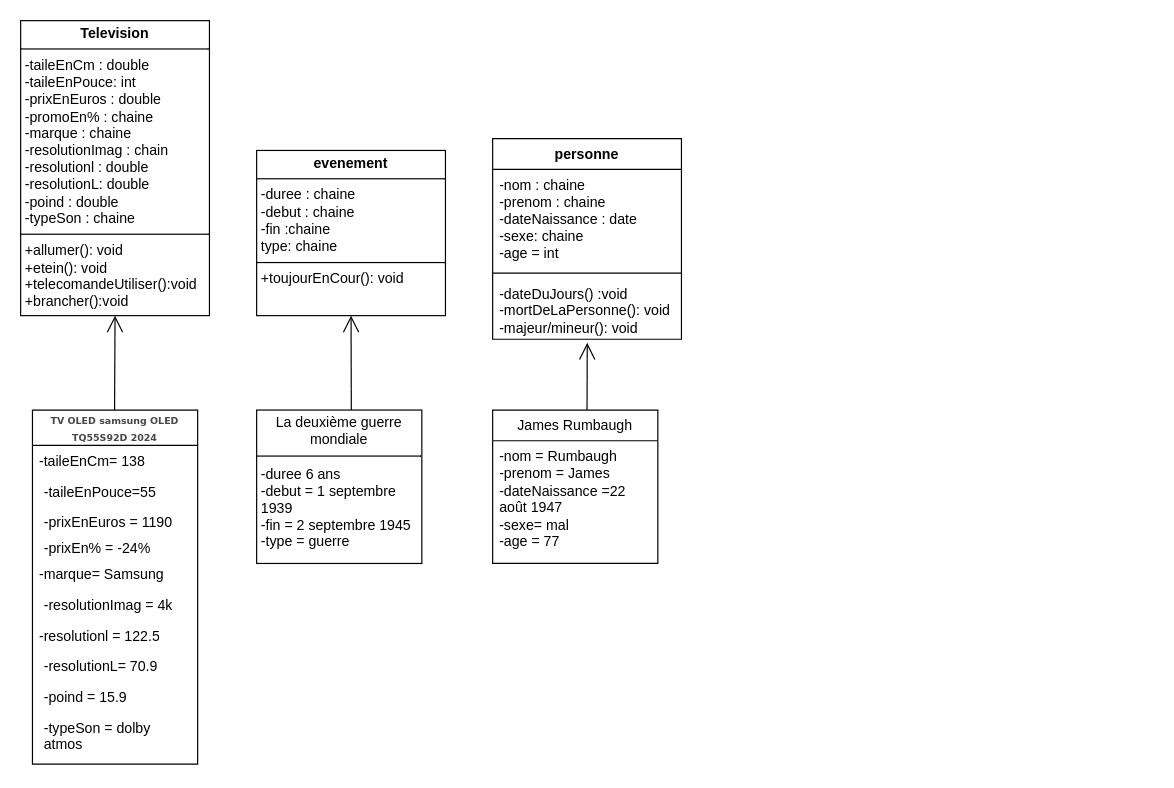
This is 04-Object/exo/2_exo_page_2.drawio from BenjaminHerault/DWWM_2409_HB, a draw.io file, before an edit. Source tidied: cells renumbered, new cells numbered last; positions are measured from the earlier drawing's top-left corner, leaving out a move shared by most shapes. Both pictures are drawn from the tidied source at 118%, with x=0, y=0 at pixel (20, 20).
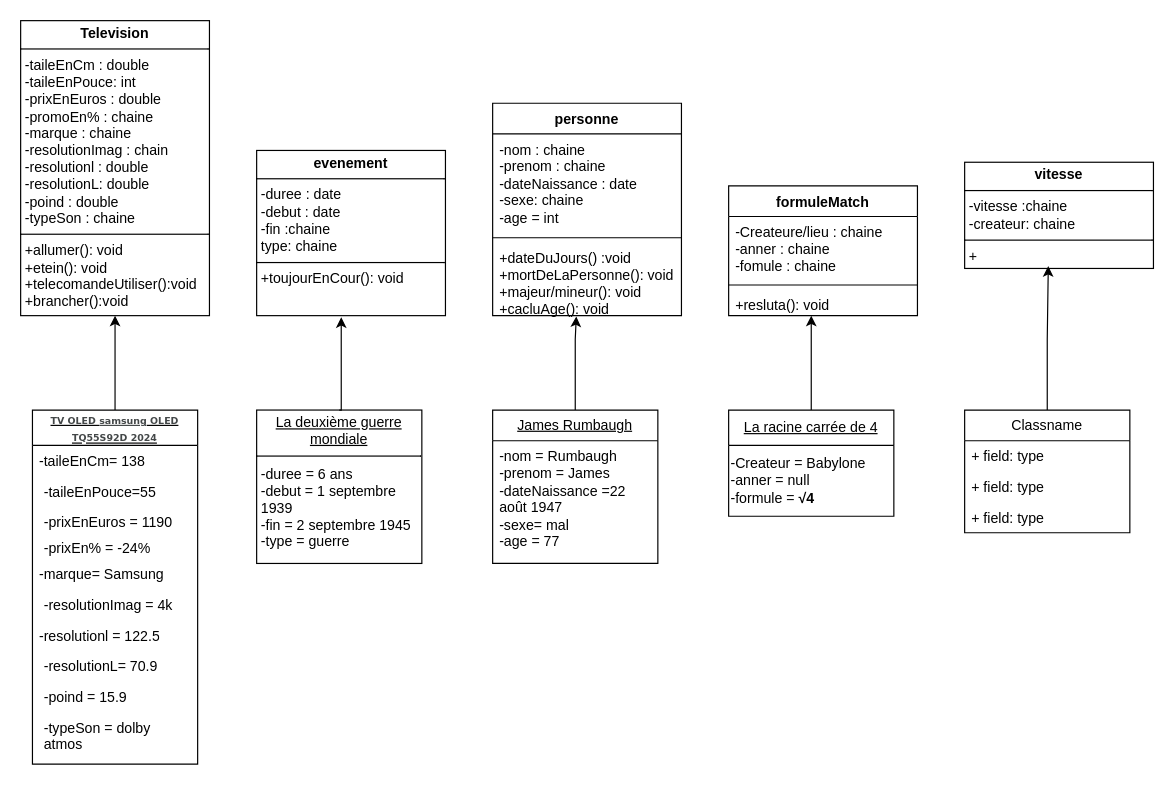
The same diagram, later.

The change refers to these unchanged cells:
```xml
<mxCell id="2" value="&lt;p style=&quot;margin:0px;margin-top:4px;text-align:center;&quot;&gt;&lt;b&gt;Television&lt;/b&gt;&lt;/p&gt;&lt;hr size=&quot;1&quot; style=&quot;border-style:solid;&quot;&gt;&lt;p style=&quot;margin:0px;margin-left:4px;&quot;&gt;-taileEnCm : double&amp;nbsp;&lt;/p&gt;&lt;p style=&quot;margin:0px;margin-left:4px;&quot;&gt;-taileEnPouce: int&lt;/p&gt;&lt;p style=&quot;margin:0px;margin-left:4px;&quot;&gt;-prixEnEuros : double&lt;/p&gt;&lt;p style=&quot;margin:0px;margin-left:4px;&quot;&gt;-promoEn% : chaine&lt;/p&gt;&lt;p style=&quot;margin:0px;margin-left:4px;&quot;&gt;-marque : chaine&lt;/p&gt;&lt;p style=&quot;margin:0px;margin-left:4px;&quot;&gt;-resolutionImag : chain&lt;/p&gt;&lt;p style=&quot;margin:0px;margin-left:4px;&quot;&gt;-resolutionl : double&lt;/p&gt;&lt;p style=&quot;margin:0px;margin-left:4px;&quot;&gt;-resolutionL: double&lt;/p&gt;&lt;p style=&quot;margin:0px;margin-left:4px;&quot;&gt;-poind : double&amp;nbsp;&lt;/p&gt;&lt;p style=&quot;margin:0px;margin-left:4px;&quot;&gt;-typeSon : chaine&amp;nbsp;&lt;/p&gt;&lt;hr size=&quot;1&quot; style=&quot;border-style:solid;&quot;&gt;&lt;p style=&quot;margin:0px;margin-left:4px;&quot;&gt;+allumer(): void&lt;/p&gt;&lt;p style=&quot;margin:0px;margin-left:4px;&quot;&gt;+etein(): void&amp;nbsp;&lt;/p&gt;&lt;p style=&quot;margin:0px;margin-left:4px;&quot;&gt;+telecomandeUtiliser():void&lt;/p&gt;&lt;p style=&quot;margin:0px;margin-left:4px;&quot;&gt;+brancher():void&lt;/p&gt;" style="verticalAlign=top;align=left;overflow=fill;html=1;whiteSpace=wrap;" parent="1" vertex="1">
  <mxGeometry width="160" height="250" as="geometry" />
</mxCell>
```

Diff of the diagram source:
```diff
@@
-    <mxCell id="3" style="endArrow=open;endFill=1;endSize=12;html=1;rounded=0;" parent="1" edge="1">
-      <mxGeometry relative="1" as="geometry">
-        <mxPoint x="79.6" y="330" as="sourcePoint" />
-        <mxPoint x="80" y="250" as="targetPoint" />
-      </mxGeometry>
-    </mxCell>
+    <mxCell id="25" style="edgeStyle=orthogonalEdgeStyle;rounded=0;jettySize=auto;html=1;entryX=0.5;entryY=1;entryDx=0;entryDy=0;" parent="1" edge="1" source="4" target="2">
+      <mxGeometry relative="1" as="geometry" />
+    </mxCell>
-    <mxCell id="4" value="&lt;font style=&quot;font-size: 8px;&quot;&gt;&lt;span style=&quot;color: rgb(67, 71, 72); font-family: Poppins, Poppins-fallback, Verdana, sans-serif; font-weight: 700; text-align: start; background-color: rgb(255, 255, 255);&quot;&gt;TV OLED&amp;nbsp;&lt;/span&gt;&lt;a style=&quot;box-sizing: inherit; background-color: rgb(255, 255, 255); margin: 0px; padding: 0px; border: 0px; font-variant-numeric: inherit; font-variant-east-asian: inherit; font-variant-alternates: inherit; font-variant-position: inherit; font-weight: 700; font-stretch: inherit; line-height: inherit; font-family: Poppins, Poppins-fallback, Verdana, sans-serif; font-optical-sizing: inherit; font-size-adjust: inherit; font-kerning: inherit; font-feature-settings: inherit; font-variation-settings: inherit; color: rgb(67, 71, 72); text-decoration-line: none; display: inline-block; text-transform: lowercase; text-align: start;&quot; aria-label=&quot;Voir les produits de la marque SAMSUNG&quot; href=&quot;https://www.boulanger.com/marque/samsung&quot;&gt;SAMSUNG&lt;/a&gt;&lt;span style=&quot;color: rgb(67, 71, 72); font-family: Poppins, Poppins-fallback, Verdana, sans-serif; font-weight: 700; text-align: start; background-color: rgb(255, 255, 255);&quot;&gt;&amp;nbsp;OLED TQ55S92D 2024&lt;/span&gt;&lt;/font&gt;" style="swimlane;fontStyle=0;horizontal=1;startSize=30;fillColor=none;whiteSpace=wrap;html=1;" parent="1" vertex="1">
+    <mxCell id="4" value="&lt;font style=&quot;font-size: 8px;&quot;&gt;&lt;u&gt;&lt;span style=&quot;color: rgb(67, 71, 72); font-family: Poppins, Poppins-fallback, Verdana, sans-serif; font-weight: 700; text-align: start; background-color: rgb(255, 255, 255);&quot;&gt;TV OLED&amp;nbsp;&lt;/span&gt;&lt;a style=&quot;box-sizing: inherit; background-color: rgb(255, 255, 255); margin: 0px; padding: 0px; border: 0px; font-variant-numeric: inherit; font-variant-east-asian: inherit; font-variant-alternates: inherit; font-variant-position: inherit; font-weight: 700; font-stretch: inherit; line-height: inherit; font-family: Poppins, Poppins-fallback, Verdana, sans-serif; font-optical-sizing: inherit; font-size-adjust: inherit; font-kerning: inherit; font-feature-settings: inherit; font-variation-settings: inherit; color: rgb(67, 71, 72); display: inline-block; text-transform: lowercase; text-align: start;&quot; aria-label=&quot;Voir les produits de la marque SAMSUNG&quot; href=&quot;https://www.boulanger.com/marque/samsung&quot;&gt;SAMSUNG&lt;/a&gt;&lt;span style=&quot;color: rgb(67, 71, 72); font-family: Poppins, Poppins-fallback, Verdana, sans-serif; font-weight: 700; text-align: start; background-color: rgb(255, 255, 255);&quot;&gt;&amp;nbsp;OLED TQ55S92D 2024&lt;/span&gt;&lt;/u&gt;&lt;/font&gt;" style="swimlane;fontStyle=0;horizontal=1;startSize=30;fillColor=none;whiteSpace=wrap;html=1;" parent="1" vertex="1">
       <mxGeometry x="10" y="330" width="140" height="300" as="geometry" />
     </mxCell>
@@
-    <mxCell id="15" value="&lt;p style=&quot;margin:0px;margin-top:4px;text-align:center;&quot;&gt;&lt;b&gt;evenement&lt;/b&gt;&lt;/p&gt;&lt;hr size=&quot;1&quot; style=&quot;border-style:solid;&quot;&gt;&lt;p style=&quot;margin:0px;margin-left:4px;&quot;&gt;&lt;span style=&quot;background-color: transparent; color: light-dark(rgb(0, 0, 0), rgb(255, 255, 255));&quot;&gt;-duree : chaine&lt;/span&gt;&lt;br&gt;&lt;/p&gt;&lt;p style=&quot;margin:0px;margin-left:4px;&quot;&gt;-debut : chaine&lt;/p&gt;&lt;p style=&quot;margin:0px;margin-left:4px;&quot;&gt;-fin :chaine&amp;nbsp;&lt;/p&gt;&lt;p style=&quot;margin:0px;margin-left:4px;&quot;&gt;type: chaine&lt;/p&gt;&lt;hr size=&quot;1&quot; style=&quot;border-style:solid;&quot;&gt;&lt;p style=&quot;margin:0px;margin-left:4px;&quot;&gt;+toujourEnCour(): void&lt;/p&gt;&lt;p style=&quot;margin:0px;margin-left:4px;&quot;&gt;&lt;br&gt;&lt;/p&gt;" style="verticalAlign=top;align=left;overflow=fill;html=1;whiteSpace=wrap;" parent="1" vertex="1">
+    <mxCell id="15" value="&lt;p style=&quot;margin:0px;margin-top:4px;text-align:center;&quot;&gt;&lt;b&gt;evenement&lt;/b&gt;&lt;/p&gt;&lt;hr size=&quot;1&quot; style=&quot;border-style:solid;&quot;&gt;&lt;p style=&quot;margin:0px;margin-left:4px;&quot;&gt;&lt;span style=&quot;background-color: transparent; color: light-dark(rgb(0, 0, 0), rgb(255, 255, 255));&quot;&gt;-duree : date&lt;/span&gt;&lt;br&gt;&lt;/p&gt;&lt;p style=&quot;margin:0px;margin-left:4px;&quot;&gt;-debut : date&lt;/p&gt;&lt;p style=&quot;margin:0px;margin-left:4px;&quot;&gt;-fin :chaine&amp;nbsp;&lt;/p&gt;&lt;p style=&quot;margin:0px;margin-left:4px;&quot;&gt;type: chaine&lt;/p&gt;&lt;hr size=&quot;1&quot; style=&quot;border-style:solid;&quot;&gt;&lt;p style=&quot;margin:0px;margin-left:4px;&quot;&gt;+toujourEnCour(): void&lt;/p&gt;&lt;p style=&quot;margin:0px;margin-left:4px;&quot;&gt;&lt;br&gt;&lt;/p&gt;" style="verticalAlign=top;align=left;overflow=fill;html=1;whiteSpace=wrap;" parent="1" vertex="1">
       <mxGeometry x="200" y="110" width="160" height="140" as="geometry" />
     </mxCell>
-    <mxCell id="16" value="&lt;p style=&quot;margin:0px;margin-top:4px;text-align:center;&quot;&gt;&lt;span style=&quot;text-align: left;&quot;&gt;La deuxième guerre mondiale&lt;/span&gt;&lt;br&gt;&lt;/p&gt;&lt;hr size=&quot;1&quot; style=&quot;border-style:solid;&quot;&gt;&lt;div style=&quot;height:2px;&quot;&gt;&lt;/div&gt;&lt;div style=&quot;height:2px;&quot;&gt;&lt;p style=&quot;margin: 0px 0px 0px 4px;&quot;&gt;&lt;span style=&quot;background-color: transparent; color: light-dark(rgb(0, 0, 0), rgb(255, 255, 255));&quot;&gt;-duree 6 ans&lt;/span&gt;&lt;br&gt;&lt;/p&gt;&lt;p style=&quot;margin: 0px 0px 0px 4px;&quot;&gt;-debut = 1 septembre 1939&lt;/p&gt;&lt;p style=&quot;margin: 0px 0px 0px 4px;&quot;&gt;-fin = 2 septembre 1945&lt;/p&gt;&lt;p style=&quot;margin: 0px 0px 0px 4px;&quot;&gt;-type = guerre&amp;nbsp;&amp;nbsp;&lt;/p&gt;&lt;/div&gt;&lt;div style=&quot;height:2px;&quot;&gt;&lt;br&gt;&lt;/div&gt;&lt;div style=&quot;height:2px;&quot;&gt;&lt;br&gt;&lt;/div&gt;&lt;div style=&quot;height:2px;&quot;&gt;&lt;br&gt;&lt;/div&gt;&lt;div style=&quot;height:2px;&quot;&gt;&lt;br&gt;&lt;/div&gt;&lt;div style=&quot;height:2px;&quot;&gt;&lt;br&gt;&lt;/div&gt;&lt;div style=&quot;height:2px;&quot;&gt;&lt;br&gt;&lt;/div&gt;&lt;div style=&quot;height:2px;&quot;&gt;&lt;br&gt;&lt;/div&gt;&lt;div style=&quot;height:2px;&quot;&gt;&lt;br&gt;&lt;/div&gt;&lt;div style=&quot;height:2px;&quot;&gt;&lt;br&gt;&lt;/div&gt;&lt;div style=&quot;height:2px;&quot;&gt;&lt;br&gt;&lt;/div&gt;&lt;div style=&quot;height:2px;&quot;&gt;&lt;br&gt;&lt;/div&gt;&lt;div style=&quot;height:2px;&quot;&gt;&lt;br&gt;&lt;/div&gt;&lt;div style=&quot;height:2px;&quot;&gt;&lt;br&gt;&lt;/div&gt;&lt;div style=&quot;height:2px;&quot;&gt;&lt;br&gt;&lt;/div&gt;" style="verticalAlign=top;align=left;overflow=fill;html=1;whiteSpace=wrap;" parent="1" vertex="1">
+    <mxCell id="16" value="&lt;p style=&quot;margin:0px;margin-top:4px;text-align:center;&quot;&gt;&lt;u&gt;&lt;span style=&quot;text-align: left;&quot;&gt;La deuxième guerre mondiale&lt;/span&gt;&lt;br&gt;&lt;/u&gt;&lt;/p&gt;&lt;hr size=&quot;1&quot; style=&quot;border-style:solid;&quot;&gt;&lt;div style=&quot;height:2px;&quot;&gt;&lt;/div&gt;&lt;div style=&quot;height:2px;&quot;&gt;&lt;p style=&quot;margin: 0px 0px 0px 4px;&quot;&gt;&lt;span style=&quot;background-color: transparent; color: light-dark(rgb(0, 0, 0), rgb(255, 255, 255));&quot;&gt;-duree = 6 ans&lt;/span&gt;&lt;br&gt;&lt;/p&gt;&lt;p style=&quot;margin: 0px 0px 0px 4px;&quot;&gt;-debut = 1 septembre 1939&lt;/p&gt;&lt;p style=&quot;margin: 0px 0px 0px 4px;&quot;&gt;-fin = 2 septembre 1945&lt;/p&gt;&lt;p style=&quot;margin: 0px 0px 0px 4px;&quot;&gt;-type = guerre&amp;nbsp;&amp;nbsp;&lt;/p&gt;&lt;/div&gt;&lt;div style=&quot;height:2px;&quot;&gt;&lt;br&gt;&lt;/div&gt;&lt;div style=&quot;height:2px;&quot;&gt;&lt;br&gt;&lt;/div&gt;&lt;div style=&quot;height:2px;&quot;&gt;&lt;br&gt;&lt;/div&gt;&lt;div style=&quot;height:2px;&quot;&gt;&lt;br&gt;&lt;/div&gt;&lt;div style=&quot;height:2px;&quot;&gt;&lt;br&gt;&lt;/div&gt;&lt;div style=&quot;height:2px;&quot;&gt;&lt;br&gt;&lt;/div&gt;&lt;div style=&quot;height:2px;&quot;&gt;&lt;br&gt;&lt;/div&gt;&lt;div style=&quot;height:2px;&quot;&gt;&lt;br&gt;&lt;/div&gt;&lt;div style=&quot;height:2px;&quot;&gt;&lt;br&gt;&lt;/div&gt;&lt;div style=&quot;height:2px;&quot;&gt;&lt;br&gt;&lt;/div&gt;&lt;div style=&quot;height:2px;&quot;&gt;&lt;br&gt;&lt;/div&gt;&lt;div style=&quot;height:2px;&quot;&gt;&lt;br&gt;&lt;/div&gt;&lt;div style=&quot;height:2px;&quot;&gt;&lt;br&gt;&lt;/div&gt;&lt;div style=&quot;height:2px;&quot;&gt;&lt;br&gt;&lt;/div&gt;" style="verticalAlign=top;align=left;overflow=fill;html=1;whiteSpace=wrap;" parent="1" vertex="1">
       <mxGeometry x="200" y="330" width="140" height="130" as="geometry" />
     </mxCell>
-    <mxCell id="17" style="endArrow=open;endFill=1;endSize=12;html=1;rounded=0;entryX=0.5;entryY=1;entryDx=0;entryDy=0;exitX=0.573;exitY=-0.001;exitDx=0;exitDy=0;exitPerimeter=0;" parent="1" edge="1" source="16" target="15">
-      <mxGeometry relative="1" as="geometry" />
-    </mxCell>
     <mxCell id="18" value="personne" style="swimlane;fontStyle=1;align=center;verticalAlign=top;horizontal=1;startSize=26;whiteSpace=wrap;html=1;" parent="1" vertex="1">
-      <mxGeometry x="400" y="100" width="160" height="170" as="geometry" />
+      <mxGeometry x="400" y="70" width="160" height="180" as="geometry" />
     </mxCell>
@@
-    <mxCell id="21" value="-dateDuJours() :void&lt;div&gt;-mortDeLaPersonne(): void&lt;/div&gt;&lt;div&gt;-majeur/mineur(): void&lt;/div&gt;" style="text;strokeColor=none;fillColor=none;align=left;verticalAlign=top;spacingLeft=4;spacingRight=4;overflow=hidden;points=[[0,0.5],[1,0.5]];portConstraint=eastwest;whiteSpace=wrap;html=1;" parent="18" vertex="1">
-      <mxGeometry y="118" width="160" height="52" as="geometry" />
+    <mxCell id="21" value="+dateDuJours() :void&lt;div&gt;+mortDeLaPersonne(): void&lt;/div&gt;&lt;div&gt;+majeur/mineur(): void&lt;/div&gt;&lt;div&gt;+cacluAge(): void&lt;/div&gt;" style="text;strokeColor=none;fillColor=none;align=left;verticalAlign=top;spacingLeft=4;spacingRight=4;overflow=hidden;points=[[0,0.5],[1,0.5]];portConstraint=eastwest;whiteSpace=wrap;html=1;" parent="18" vertex="1">
+      <mxGeometry y="118" width="160" height="62" as="geometry" />
     </mxCell>
-    <mxCell id="22" style="endArrow=open;endFill=1;endSize=12;html=1;rounded=0;entryX=0.501;entryY=1.058;entryDx=0;entryDy=0;entryPerimeter=0;" parent="1" edge="1" target="21">
-      <mxGeometry relative="1" as="geometry">
-        <mxPoint x="480" y="330" as="sourcePoint" />
-      </mxGeometry>
-    </mxCell>
-    <mxCell id="23" value="&lt;span style=&quot;text-align: left;&quot;&gt;James Rumbaugh&lt;/span&gt;" style="swimlane;fontStyle=0;horizontal=1;startSize=26;fillColor=none;whiteSpace=wrap;html=1;" parent="1" vertex="1">
+    <mxCell id="23" value="&lt;span style=&quot;text-align: left;&quot;&gt;&lt;u&gt;James Rumbaugh&lt;/u&gt;&lt;/span&gt;" style="swimlane;fontStyle=0;horizontal=1;startSize=26;fillColor=none;whiteSpace=wrap;html=1;" parent="1" vertex="1">
       <mxGeometry x="400" y="330" width="140" height="130" as="geometry" />
     </mxCell>
@@
+    <mxCell id="26" value="formuleMatch" style="swimlane;fontStyle=1;align=center;verticalAlign=top;horizontal=1;startSize=26;whiteSpace=wrap;html=1;" parent="1" vertex="1">
+      <mxGeometry x="600" y="140" width="160" height="110" as="geometry" />
+    </mxCell>
+    <mxCell id="27" value="&lt;div&gt;&lt;div&gt;-Createure/lieu : chaine&lt;/div&gt;&lt;/div&gt;&lt;div&gt;-anner : chaine&amp;nbsp;&lt;/div&gt;&lt;div&gt;-fomule : chaine&lt;/div&gt;" style="text;strokeColor=none;fillColor=none;align=left;verticalAlign=top;spacingLeft=4;spacingRight=4;overflow=hidden;whiteSpace=wrap;html=1;" parent="26" vertex="1">
+      <mxGeometry y="26" width="160" height="54" as="geometry" />
+    </mxCell>
+    <mxCell id="28" style="line;strokeWidth=1;fillColor=none;align=left;verticalAlign=middle;spacingTop=-1;spacingLeft=3;spacingRight=3;labelPosition=right;strokeColor=inherit;" parent="26" vertex="1">
+      <mxGeometry y="80" width="160" height="8" as="geometry" />
+    </mxCell>
+    <mxCell id="29" value="+resluta(): void" style="text;strokeColor=none;fillColor=none;align=left;verticalAlign=top;spacingLeft=4;spacingRight=4;overflow=hidden;points=[[0,0.5],[1,0.5]];portConstraint=eastwest;whiteSpace=wrap;html=1;" parent="26" vertex="1">
+      <mxGeometry y="88" width="160" height="22" as="geometry" />
+    </mxCell>
+    <mxCell id="30" style="edgeStyle=orthogonalEdgeStyle;rounded=0;jettySize=auto;html=1;" parent="1" edge="1" target="29">
+      <mxGeometry relative="1" as="geometry">
+        <mxPoint x="670" y="330" as="sourcePoint" />
+        <Array as="points">
+          <mxPoint x="670" y="260" />
+          <mxPoint x="670" y="260" />
+        </Array>
+      </mxGeometry>
+    </mxCell>
+    <mxCell id="17" style="edgeStyle=orthogonalEdgeStyle;rounded=0;jettySize=auto;html=1;exitX=0.5;exitY=0;exitDx=0;exitDy=0;entryX=0.448;entryY=1.01;entryDx=0;entryDy=0;entryPerimeter=0;" parent="1" edge="1" source="16" target="15">
+      <mxGeometry relative="1" as="geometry">
+        <Array as="points">
+          <mxPoint x="272" y="330" />
+        </Array>
+      </mxGeometry>
+    </mxCell>
+    <mxCell id="31" style="edgeStyle=orthogonalEdgeStyle;rounded=0;jettySize=auto;html=1;entryX=0.443;entryY=1.01;entryDx=0;entryDy=0;entryPerimeter=0;" parent="1" edge="1" source="23" target="21">
+      <mxGeometry relative="1" as="geometry">
+        <Array as="points">
+          <mxPoint x="470" y="270" />
+          <mxPoint x="471" y="270" />
+        </Array>
+      </mxGeometry>
+    </mxCell>
+    <mxCell id="32" value="&lt;u&gt;La racine carrée de 4&lt;/u&gt;" style="swimlane;fontStyle=0;horizontal=1;startSize=30;fillColor=none;whiteSpace=wrap;html=1;" parent="1" vertex="1">
+      <mxGeometry x="600" y="330" width="140" height="90" as="geometry" />
+    </mxCell>
+    <mxCell id="33" value="-Createur = Babylone&amp;nbsp;&lt;div&gt;-anner = null&lt;/div&gt;&lt;div&gt;-formule =&amp;nbsp;&lt;span style=&quot;font-family: &amp;quot;Google Sans&amp;quot;, Arial, sans-serif; text-wrap: wrap;&quot;&gt;&lt;font style=&quot;color: rgb(0, 0, 0);&quot;&gt;&lt;b&gt;√4&lt;/b&gt;&lt;/font&gt;&lt;/span&gt;&lt;/div&gt;" style="text;html=1;align=left;verticalAlign=middle;strokeColor=none;fillColor=none;" parent="32" vertex="1">
+      <mxGeometry y="30" width="140" height="60" as="geometry" />
+    </mxCell>
+    <mxCell id="34" value="&lt;p style=&quot;margin:0px;margin-top:4px;text-align:center;&quot;&gt;&lt;b&gt;vitesse&lt;/b&gt;&lt;/p&gt;&lt;hr size=&quot;1&quot; style=&quot;border-style:solid;&quot;&gt;&lt;p style=&quot;margin:0px;margin-left:4px;&quot;&gt;-vitesse :chaine&amp;nbsp;&lt;/p&gt;&lt;p style=&quot;margin:0px;margin-left:4px;&quot;&gt;-createur: chaine&lt;/p&gt;&lt;hr size=&quot;1&quot; style=&quot;border-style:solid;&quot;&gt;&lt;p style=&quot;margin:0px;margin-left:4px;&quot;&gt;+&lt;/p&gt;" style="verticalAlign=top;align=left;overflow=fill;html=1;whiteSpace=wrap;" parent="1" vertex="1">
+      <mxGeometry x="800" y="120" width="160" height="90" as="geometry" />
+    </mxCell>
+    <mxCell id="35" value="Classname" style="swimlane;fontStyle=0;horizontal=1;startSize=26;fillColor=none;whiteSpace=wrap;html=1;" parent="1" vertex="1">
+      <mxGeometry x="800" y="330" width="140" height="104" as="geometry" />
+    </mxCell>
+    <mxCell id="36" value="+ field: type" style="text;strokeColor=none;fillColor=none;align=left;verticalAlign=top;spacingLeft=4;spacingRight=4;overflow=hidden;whiteSpace=wrap;html=1;" parent="35" vertex="1">
+      <mxGeometry y="26" width="140" height="26" as="geometry" />
+    </mxCell>
+    <mxCell id="37" value="+ field: type" style="text;strokeColor=none;fillColor=none;align=left;verticalAlign=top;spacingLeft=4;spacingRight=4;overflow=hidden;whiteSpace=wrap;html=1;" parent="35" vertex="1">
+      <mxGeometry y="52" width="140" height="26" as="geometry" />
+    </mxCell>
+    <mxCell id="38" value="+ field: type" style="text;strokeColor=none;fillColor=none;align=left;verticalAlign=top;spacingLeft=4;spacingRight=4;overflow=hidden;whiteSpace=wrap;html=1;" parent="35" vertex="1">
+      <mxGeometry y="78" width="140" height="26" as="geometry" />
+    </mxCell>
+    <mxCell id="39" style="edgeStyle=orthogonalEdgeStyle;rounded=0;jettySize=auto;html=1;entryX=0.443;entryY=0.978;entryDx=0;entryDy=0;entryPerimeter=0;" parent="1" edge="1" source="35" target="34">
+      <mxGeometry relative="1" as="geometry" />
+    </mxCell>
```
